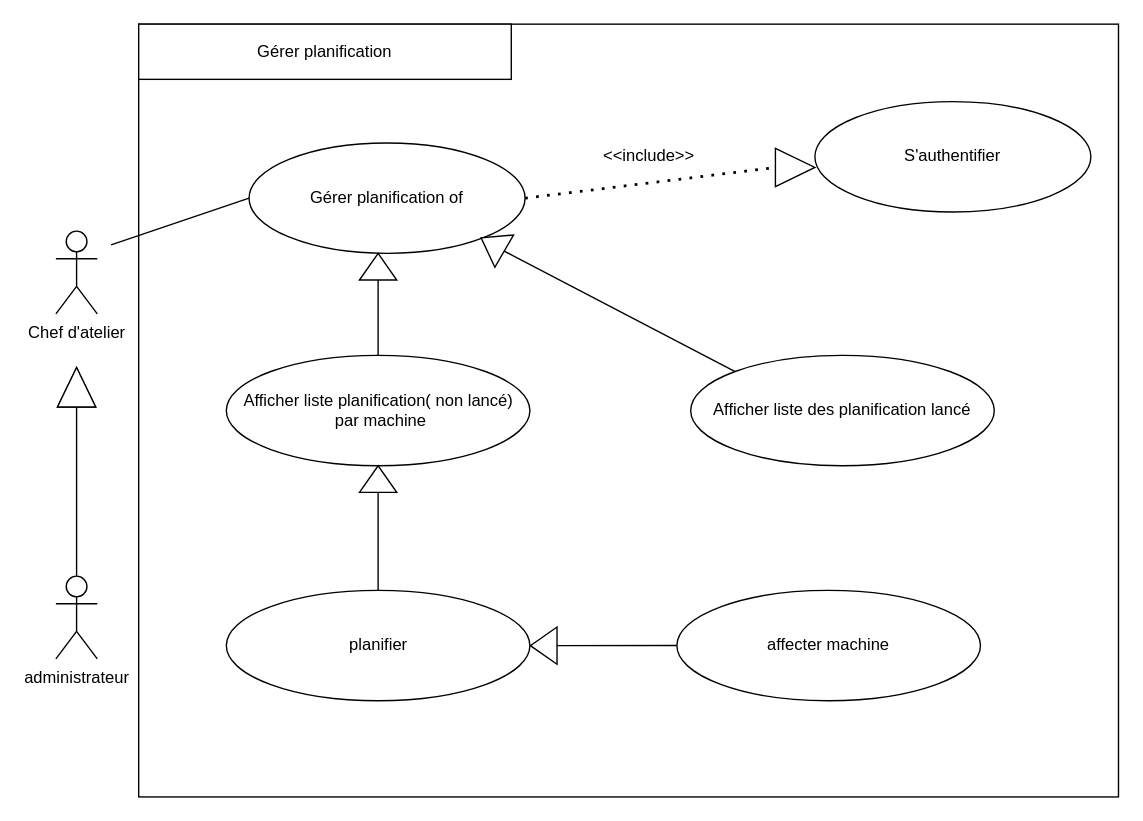
Above: GérerPlanificationParMachine.drawio in AbdelazizBs/GPAO-SpringApp (draw.io), before the change. Source tidied: cells renumbered, new cells numbered last; positions are measured from the earlier drawing's top-left corner, leaving out a move shared by most shapes. Both pictures are drawn from the tidied source at 138%, with x=0, y=0 at pixel (55, 23).
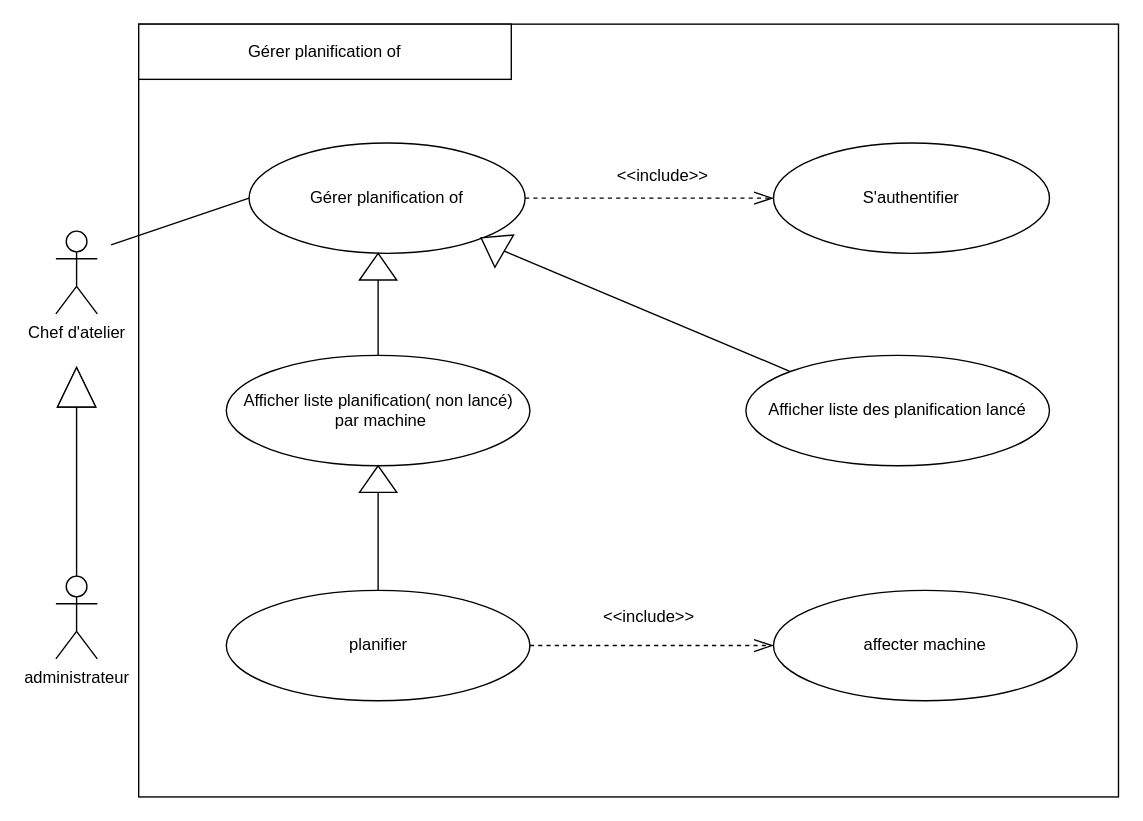
The same diagram, later.

Commit message:
Mettre à jour GérerPlanificationParMachine.drawio

Unchanged cells that the change refers to:
```xml
<mxCell id="5" value="Gérer planification of" style="ellipse;whiteSpace=wrap;html=1;" parent="1" vertex="1">
  <mxGeometry x="140" y="86.1" width="200" height="80" as="geometry" />
</mxCell>
<mxCell id="17" value="planifier" style="ellipse;whiteSpace=wrap;html=1;" parent="1" vertex="1">
  <mxGeometry x="123.5" y="410.3" width="220" height="80" as="geometry" />
</mxCell>
```

Diff of the diagram source:
```diff
@@
+    <mxCell id="27" style="edgeStyle=orthogonalEdgeStyle;rounded=0;jettySize=auto;html=1;exitX=1;exitY=0.5;exitDx=0;exitDy=0;entryX=0;entryY=0.5;entryDx=0;entryDy=0;endArrow=openThin;endFill=0;endSize=12;dashed=1;" parent="1" edge="1" source="5" target="7">
+      <mxGeometry relative="1" as="geometry" />
+    </mxCell>
@@
     <mxCell id="7" value="S'authentifier" style="ellipse;whiteSpace=wrap;html=1;" parent="1" vertex="1">
-      <mxGeometry x="550" y="56.1" width="200" height="80" as="geometry" />
+      <mxGeometry x="520" y="86.1" width="200" height="80" as="geometry" />
     </mxCell>
@@
-    <mxCell id="13" style="endArrow=none;dashed=1;html=1;dashPattern=1 3;strokeWidth=2;rounded=0;exitX=1;exitY=0.5;exitDx=0;exitDy=0;entryX=0;entryY=0.5;entryDx=0;entryDy=0;" parent="1" edge="1" source="5" target="14">
-      <mxGeometry relative="1" as="geometry" />
-    </mxCell>
-    <mxCell id="14" style="triangle;whiteSpace=wrap;html=1;rotation=0;" parent="1" vertex="1">
-      <mxGeometry x="521.4" y="90" width="28.6" height="27.7" as="geometry" />
-    </mxCell>
     <mxCell id="15" value="&amp;lt;&amp;lt;include&amp;gt;&amp;gt;" style="text;html=1;strokeColor=none;fillColor=none;align=center;verticalAlign=middle;whiteSpace=wrap;rounded=0;" parent="1" vertex="1">
-      <mxGeometry x="410" y="86.1" width="40" height="20" as="geometry" />
+      <mxGeometry x="420" y="100" width="40" height="20" as="geometry" />
     </mxCell>
-    <mxCell id="16" value="Gérer planification" style="rounded=0;whiteSpace=wrap;html=1;" parent="1" vertex="1">
+    <mxCell id="16" value="Gérer planification of" style="rounded=0;whiteSpace=wrap;html=1;" parent="1" vertex="1">
       <mxGeometry x="60" width="270" height="40" as="geometry" />
     </mxCell>
@@
     <mxCell id="21" value="affecter machine" style="ellipse;whiteSpace=wrap;html=1;" parent="1" vertex="1">
-      <mxGeometry x="450" y="410.3" width="220" height="80" as="geometry" />
+      <mxGeometry x="520" y="410.3" width="220" height="80" as="geometry" />
     </mxCell>
@@
-    <mxCell id="24" style="triangle;whiteSpace=wrap;html=1;rotation=90;direction=south;" parent="1" vertex="1">
-      <mxGeometry x="340" y="440.7" width="27" height="19.3" as="geometry" />
-    </mxCell>
-    <mxCell id="25" style="endArrow=none;html=1;rounded=0;entryX=0;entryY=0.5;entryDx=0;entryDy=0;" parent="1" edge="1" source="21" target="24">
-      <mxGeometry relative="1" as="geometry" />
-    </mxCell>
     <mxCell id="26" value="Afficher liste des planification lancé" style="ellipse;whiteSpace=wrap;html=1;" parent="1" vertex="1">
-      <mxGeometry x="460" y="240" width="220" height="80" as="geometry" />
+      <mxGeometry x="500" y="240" width="220" height="80" as="geometry" />
     </mxCell>
+    <mxCell id="28" style="edgeStyle=orthogonalEdgeStyle;rounded=0;jettySize=auto;html=1;exitX=1;exitY=0.5;exitDx=0;exitDy=0;entryX=0;entryY=0.5;entryDx=0;entryDy=0;endArrow=openThin;endFill=0;endSize=12;dashed=1;" parent="1" edge="1" source="17" target="21">
+      <mxGeometry relative="1" as="geometry" />
+    </mxCell>
+    <mxCell id="29" value="&amp;lt;&amp;lt;include&amp;gt;&amp;gt;" style="text;html=1;strokeColor=none;fillColor=none;align=center;verticalAlign=middle;whiteSpace=wrap;rounded=0;" parent="1" vertex="1">
+      <mxGeometry x="410" y="420" width="40" height="20" as="geometry" />
+    </mxCell>
```
